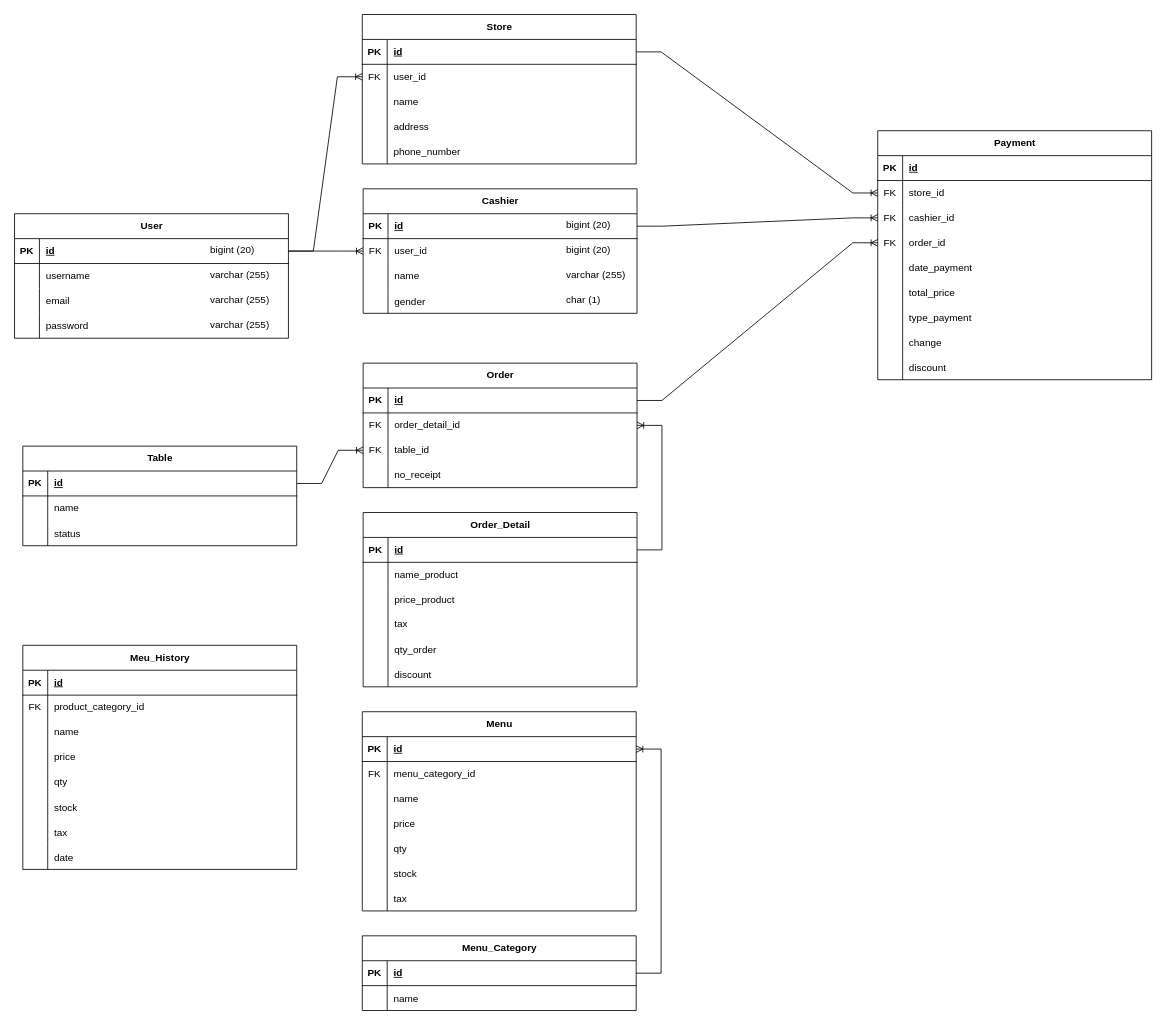
Above: Normalisasi & ERD Kasir.drawio in ProjectPKL-Argenesia/CoffeeShopCashier (draw.io), before the change. Source tidied: cells renumbered, new cells numbered last; positions are measured from the earlier drawing's top-left corner, leaving out a move shared by most shapes. Both pictures are drawn from the tidied source at 83%, with x=0, y=0 at pixel (14, 14).
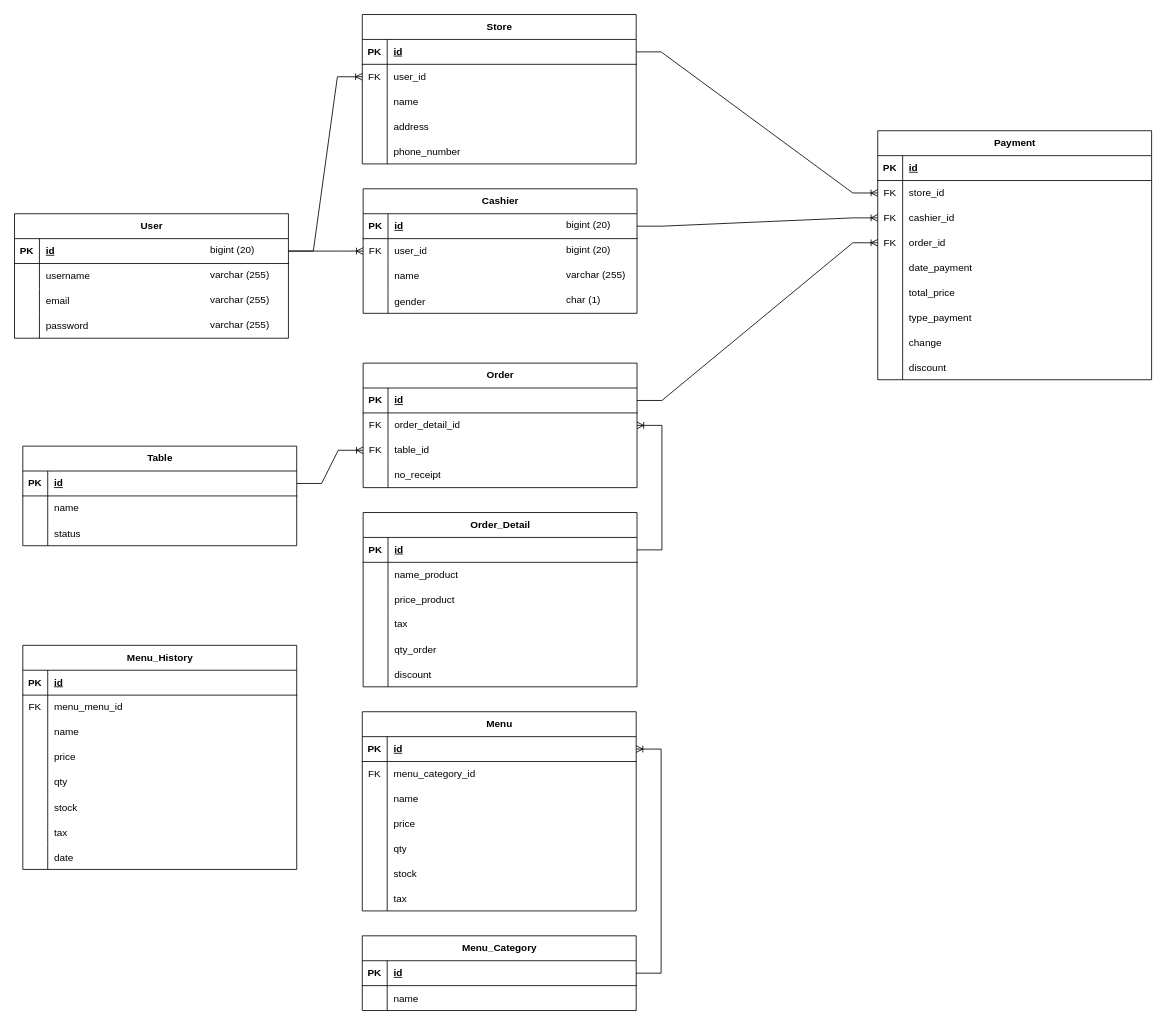
The same page after the edit.

Unchanged cells that the change refers to:
```xml
<mxCell id="162" style="shape=tableRow;horizontal=0;startSize=0;swimlaneHead=0;swimlaneBody=0;fillColor=none;top=0;left=0;right=0;bottom=0;" parent="158" vertex="1">
  <mxGeometry y="60" width="330" height="30" as="geometry" />
</mxCell>
```

The edit, as a diff of the source:
```diff
@@
-    <mxCell id="158" value="Meu_History" style="shape=table;startSize=30;childLayout=tableLayout;rowLines=0;fontStyle=1;align=center;html=1;" parent="1" vertex="1">
+    <mxCell id="158" value="Menu_History" style="shape=table;startSize=30;childLayout=tableLayout;rowLines=0;fontStyle=1;align=center;html=1;" parent="1" vertex="1">
       <mxGeometry x="10" y="760" width="330" height="270" as="geometry" />
     </mxCell>
@@
-    <mxCell id="164" value="product_category_id" style="shape=partialRectangle;fillColor=none;top=0;left=0;bottom=0;right=0;align=left;spacingLeft=6;fontStyle=0;overflow=hidden;whiteSpace=wrap;html=1;" parent="162" vertex="1">
+    <mxCell id="164" value="menu_menu_id" style="shape=partialRectangle;fillColor=none;top=0;left=0;bottom=0;right=0;align=left;spacingLeft=6;fontStyle=0;overflow=hidden;whiteSpace=wrap;html=1;" parent="162" vertex="1">
       <mxGeometry x="30" width="300" height="30" as="geometry" />
     </mxCell>
```
